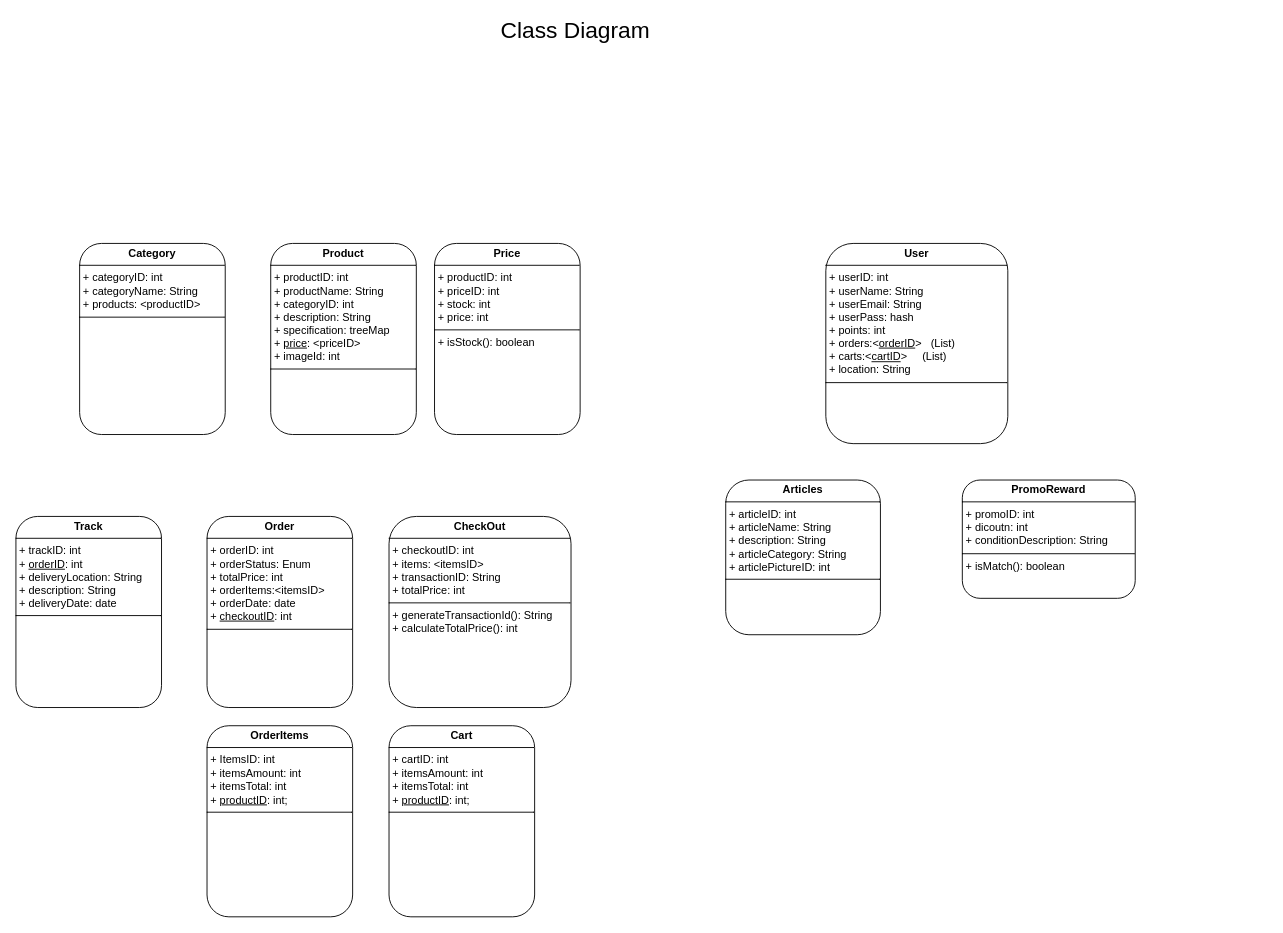
Above: TaniMart Class Diagram.drawio in DevX300/TaniMart-UML (draw.io), before the change. Source tidied: cells renumbered, new cells numbered last; positions are measured from the earlier drawing's top-left corner, leaving out a move shared by most shapes. Both pictures are drawn from the tidied source at 91%, with x=0, y=0 at pixel (15, 15).
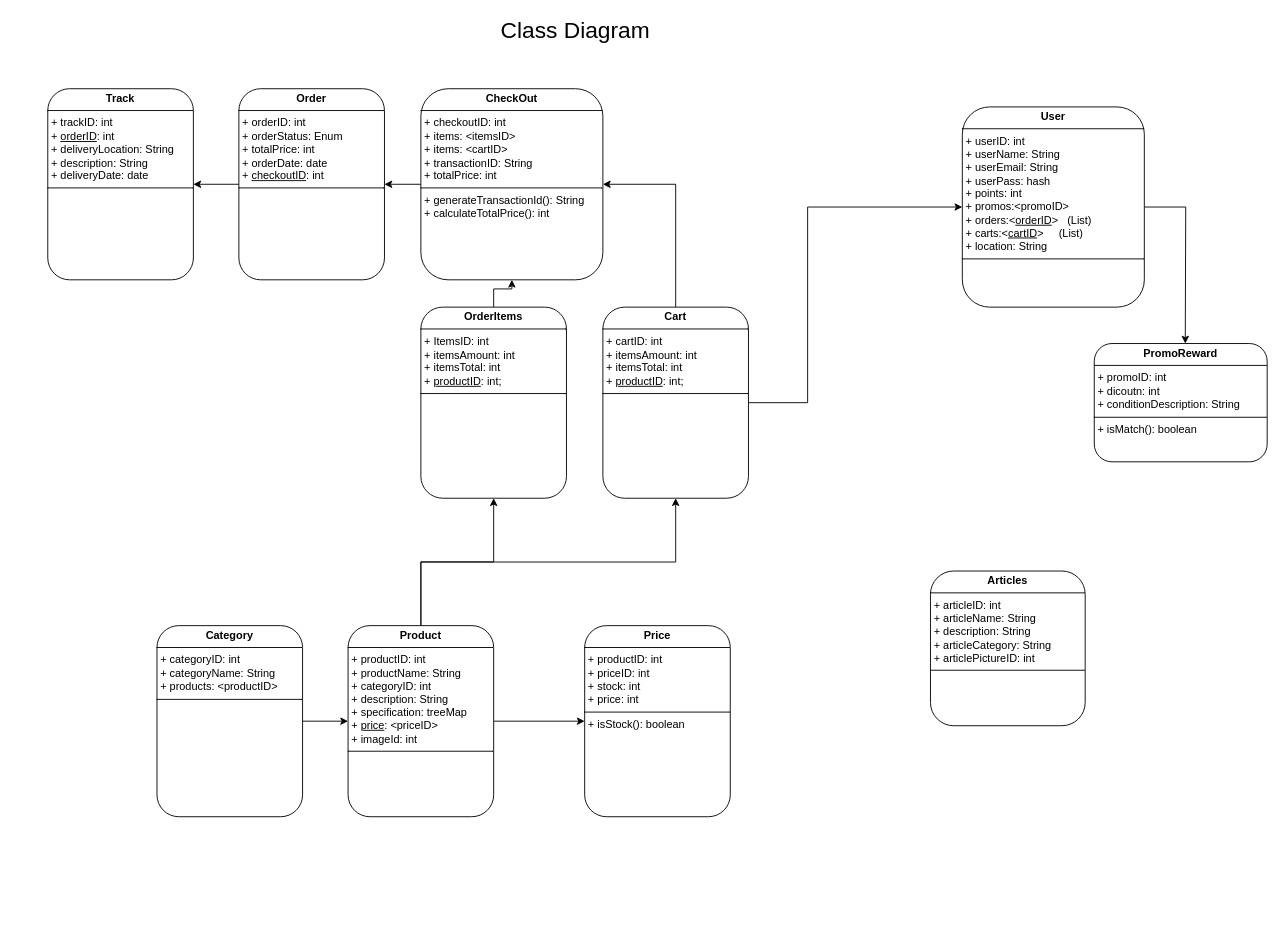
Above is the later version.

The edit, as a diff of the source:
```diff
@@
+    <mxCell id="14" style="edgeStyle=orthogonalEdgeStyle;rounded=0;jettySize=auto;html=1;" parent="1" edge="1" source="2" target="9">
+      <mxGeometry relative="1" as="geometry" />
+    </mxCell>
+    <mxCell id="15" style="edgeStyle=orthogonalEdgeStyle;rounded=0;jettySize=auto;html=1;entryX=0.5;entryY=1;entryDx=0;entryDy=0;" parent="1" edge="1" source="2" target="10">
+      <mxGeometry relative="1" as="geometry" />
+    </mxCell>
+    <mxCell id="16" style="edgeStyle=orthogonalEdgeStyle;rounded=0;jettySize=auto;html=1;entryX=0.5;entryY=1;entryDx=0;entryDy=0;" parent="1" edge="1" source="2" target="11">
+      <mxGeometry relative="1" as="geometry">
+        <Array as="points">
+          <mxPoint x="445" y="600.1" />
+          <mxPoint x="725" y="600.1" />
+        </Array>
+      </mxGeometry>
+    </mxCell>
     <mxCell id="2" value="&lt;p style=&quot;margin:0px;margin-top:4px;text-align:center;&quot;&gt;&lt;b&gt;Product&lt;/b&gt;&lt;/p&gt;&lt;hr size=&quot;1&quot; style=&quot;border-style:solid;&quot;&gt;&lt;p style=&quot;margin:0px;margin-left:4px;&quot;&gt;+ productID: int&lt;/p&gt;&lt;p style=&quot;margin:0px;margin-left:4px;&quot;&gt;+ productName: String&lt;/p&gt;&lt;p style=&quot;margin:0px;margin-left:4px;&quot;&gt;+ categoryID: int&lt;/p&gt;&lt;p style=&quot;margin:0px;margin-left:4px;&quot;&gt;+ description: String&lt;/p&gt;&lt;p style=&quot;margin:0px;margin-left:4px;&quot;&gt;+ specification: treeMap&lt;/p&gt;&lt;p style=&quot;margin:0px;margin-left:4px;&quot;&gt;+ &lt;u&gt;price&lt;/u&gt;: &amp;lt;priceID&amp;gt;&lt;/p&gt;&lt;p style=&quot;margin:0px;margin-left:4px;&quot;&gt;+&amp;nbsp;&lt;span style=&quot;background-color: transparent; color: light-dark(rgb(0, 0, 0), rgb(255, 255, 255));&quot;&gt;imageId&lt;/span&gt;&lt;span style=&quot;background-color: transparent; color: light-dark(rgb(0, 0, 0), rgb(255, 255, 255));&quot;&gt;: int&lt;/span&gt;&lt;/p&gt;&lt;hr size=&quot;1&quot; style=&quot;border-style:solid;&quot;&gt;&lt;p style=&quot;margin:0px;margin-left:4px;&quot;&gt;&lt;br&gt;&lt;/p&gt;" style="verticalAlign=top;align=left;overflow=fill;html=1;whiteSpace=wrap;rounded=1;" parent="1" vertex="1">
-      <mxGeometry x="280" y="250" width="160" height="210" as="geometry" />
+      <mxGeometry x="365" y="670" width="160" height="210" as="geometry" />
     </mxCell>
@@
     <mxCell id="4" value="&lt;p style=&quot;margin:0px;margin-top:4px;text-align:center;&quot;&gt;&lt;b&gt;Articles&lt;/b&gt;&lt;/p&gt;&lt;hr size=&quot;1&quot; style=&quot;border-style:solid;&quot;&gt;&lt;p style=&quot;margin:0px;margin-left:4px;&quot;&gt;+ articleID: int&lt;/p&gt;&lt;p style=&quot;margin:0px;margin-left:4px;&quot;&gt;+ articleName: String&lt;/p&gt;&lt;p style=&quot;margin:0px;margin-left:4px;&quot;&gt;+ description: String&lt;/p&gt;&lt;p style=&quot;margin:0px;margin-left:4px;&quot;&gt;+ articleCategory: String&lt;/p&gt;&lt;p style=&quot;margin:0px;margin-left:4px;&quot;&gt;+ articlePictureID: int&amp;nbsp;&lt;/p&gt;&lt;hr size=&quot;1&quot; style=&quot;border-style:solid;&quot;&gt;&lt;p style=&quot;margin:0px;margin-left:4px;&quot;&gt;&lt;br&gt;&lt;/p&gt;" style="verticalAlign=top;align=left;overflow=fill;html=1;whiteSpace=wrap;rounded=1;" parent="1" vertex="1">
-      <mxGeometry x="780" y="510" width="170" height="170" as="geometry" />
+      <mxGeometry x="1005" y="610" width="170" height="170" as="geometry" />
     </mxCell>
+    <mxCell id="17" style="edgeStyle=orthogonalEdgeStyle;rounded=0;jettySize=auto;html=1;" parent="1" edge="1" source="5" target="13">
+      <mxGeometry relative="1" as="geometry" />
+    </mxCell>
-    <mxCell id="5" value="&lt;p style=&quot;margin:0px;margin-top:4px;text-align:center;&quot;&gt;&lt;b&gt;Order&lt;/b&gt;&lt;/p&gt;&lt;hr size=&quot;1&quot; style=&quot;border-style:solid;&quot;&gt;&lt;p style=&quot;margin:0px;margin-left:4px;&quot;&gt;&lt;span style=&quot;background-color: transparent; color: light-dark(rgb(0, 0, 0), rgb(255, 255, 255));&quot;&gt;+ orderID: int&lt;/span&gt;&lt;/p&gt;&lt;p style=&quot;margin:0px;margin-left:4px;&quot;&gt;&lt;span style=&quot;background-color: transparent; color: light-dark(rgb(0, 0, 0), rgb(255, 255, 255));&quot;&gt;+ orderStatus: Enum&lt;br&gt;+ totalPrice: int&lt;/span&gt;&lt;/p&gt;&lt;p style=&quot;margin:0px;margin-left:4px;&quot;&gt;&lt;span style=&quot;background-color: transparent; color: light-dark(rgb(0, 0, 0), rgb(255, 255, 255));&quot;&gt;+ orderItems:&amp;lt;itemsID&amp;gt;&lt;/span&gt;&lt;/p&gt;&lt;p style=&quot;margin:0px;margin-left:4px;&quot;&gt;+ orderDate: date&lt;br&gt;+ &lt;u&gt;checkoutID&lt;/u&gt;: int&lt;/p&gt;&lt;hr size=&quot;1&quot; style=&quot;border-style:solid;&quot;&gt;&lt;p style=&quot;margin:0px;margin-left:4px;&quot;&gt;&lt;br&gt;&lt;/p&gt;" style="verticalAlign=top;align=left;overflow=fill;html=1;whiteSpace=wrap;rounded=1;" parent="1" vertex="1">
-      <mxGeometry x="210" y="550" width="160" height="210" as="geometry" />
+    <mxCell id="5" value="&lt;p style=&quot;margin:0px;margin-top:4px;text-align:center;&quot;&gt;&lt;b&gt;Order&lt;/b&gt;&lt;/p&gt;&lt;hr size=&quot;1&quot; style=&quot;border-style:solid;&quot;&gt;&lt;p style=&quot;margin:0px;margin-left:4px;&quot;&gt;&lt;span style=&quot;background-color: transparent; color: light-dark(rgb(0, 0, 0), rgb(255, 255, 255));&quot;&gt;+ orderID: int&lt;/span&gt;&lt;/p&gt;&lt;p style=&quot;margin:0px;margin-left:4px;&quot;&gt;&lt;span style=&quot;background-color: transparent; color: light-dark(rgb(0, 0, 0), rgb(255, 255, 255));&quot;&gt;+ orderStatus: Enum&lt;br&gt;+ totalPrice: int&lt;/span&gt;&lt;/p&gt;&lt;p style=&quot;margin:0px;margin-left:4px;&quot;&gt;+ orderDate: date&lt;br&gt;+ &lt;u&gt;checkoutID&lt;/u&gt;: int&lt;/p&gt;&lt;hr size=&quot;1&quot; style=&quot;border-style:solid;&quot;&gt;&lt;p style=&quot;margin:0px;margin-left:4px;&quot;&gt;&lt;br&gt;&lt;/p&gt;" style="verticalAlign=top;align=left;overflow=fill;html=1;whiteSpace=wrap;rounded=1;" parent="1" vertex="1">
+      <mxGeometry x="245" y="80" width="160" height="210" as="geometry" />
     </mxCell>
+    <mxCell id="18" style="edgeStyle=orthogonalEdgeStyle;rounded=0;jettySize=auto;html=1;" parent="1" edge="1" source="6" target="5">
+      <mxGeometry relative="1" as="geometry" />
+    </mxCell>
-    <mxCell id="6" value="&lt;p style=&quot;margin:0px;margin-top:4px;text-align:center;&quot;&gt;&lt;b&gt;CheckOut&lt;/b&gt;&lt;/p&gt;&lt;hr size=&quot;1&quot; style=&quot;border-style:solid;&quot;&gt;&lt;p style=&quot;margin:0px;margin-left:4px;&quot;&gt;+ checkoutID: int&lt;/p&gt;&lt;p style=&quot;margin:0px;margin-left:4px;&quot;&gt;+ items: &amp;lt;itemsID&amp;gt;&amp;nbsp;&lt;/p&gt;&lt;p style=&quot;margin:0px;margin-left:4px;&quot;&gt;+ transactionID: String&lt;/p&gt;&lt;p style=&quot;margin:0px;margin-left:4px;&quot;&gt;+ totalPrice: int&lt;/p&gt;&lt;hr size=&quot;1&quot; style=&quot;border-style:solid;&quot;&gt;&lt;p style=&quot;margin:0px;margin-left:4px;&quot;&gt;+ generateTransactionId(): String&lt;/p&gt;&lt;p style=&quot;margin:0px;margin-left:4px;&quot;&gt;+ calculateTotalPrice(): int&lt;/p&gt;" style="verticalAlign=top;align=left;overflow=fill;html=1;whiteSpace=wrap;rounded=1;" parent="1" vertex="1">
-      <mxGeometry x="410" y="550" width="200" height="210" as="geometry" />
+    <mxCell id="6" value="&lt;p style=&quot;margin:0px;margin-top:4px;text-align:center;&quot;&gt;&lt;b&gt;CheckOut&lt;/b&gt;&lt;/p&gt;&lt;hr size=&quot;1&quot; style=&quot;border-style:solid;&quot;&gt;&lt;p style=&quot;margin:0px;margin-left:4px;&quot;&gt;+ checkoutID: int&lt;/p&gt;&lt;p style=&quot;margin:0px;margin-left:4px;&quot;&gt;+ items: &amp;lt;itemsID&amp;gt;&amp;nbsp;&lt;/p&gt;&lt;p style=&quot;margin:0px;margin-left:4px;&quot;&gt;+ items: &amp;lt;cartID&amp;gt;&lt;/p&gt;&lt;p style=&quot;margin:0px;margin-left:4px;&quot;&gt;+ transactionID: String&lt;/p&gt;&lt;p style=&quot;margin:0px;margin-left:4px;&quot;&gt;+ totalPrice: int&lt;/p&gt;&lt;hr size=&quot;1&quot; style=&quot;border-style:solid;&quot;&gt;&lt;p style=&quot;margin:0px;margin-left:4px;&quot;&gt;+ generateTransactionId(): String&lt;/p&gt;&lt;p style=&quot;margin:0px;margin-left:4px;&quot;&gt;+ calculateTotalPrice(): int&lt;/p&gt;" style="verticalAlign=top;align=left;overflow=fill;html=1;whiteSpace=wrap;rounded=1;" parent="1" vertex="1">
+      <mxGeometry x="445" y="80" width="200" height="210" as="geometry" />
     </mxCell>
+    <mxCell id="19" style="edgeStyle=orthogonalEdgeStyle;rounded=0;jettySize=auto;html=1;entryX=0.5;entryY=0;entryDx=0;entryDy=0;" parent="1" edge="1" source="7">
+      <mxGeometry relative="1" as="geometry">
+        <mxPoint x="1285" y="360" as="targetPoint" />
+      </mxGeometry>
+    </mxCell>
-    <mxCell id="7" value="&lt;p style=&quot;margin:0px;margin-top:4px;text-align:center;&quot;&gt;&lt;b&gt;User&lt;/b&gt;&lt;/p&gt;&lt;hr size=&quot;1&quot; style=&quot;border-style:solid;&quot;&gt;&lt;p style=&quot;margin:0px;margin-left:4px;&quot;&gt;+ userID: int&lt;/p&gt;&lt;p style=&quot;margin:0px;margin-left:4px;&quot;&gt;+ userName: String&lt;/p&gt;&lt;p style=&quot;margin:0px;margin-left:4px;&quot;&gt;+ userEmail: String&lt;/p&gt;&lt;p style=&quot;margin:0px;margin-left:4px;&quot;&gt;+ userPass: hash&lt;/p&gt;&lt;p style=&quot;margin:0px;margin-left:4px;&quot;&gt;+ points: int&lt;/p&gt;&lt;p style=&quot;margin:0px;margin-left:4px;&quot;&gt;+ orders:&amp;lt;&lt;u&gt;orderID&lt;/u&gt;&amp;gt;&amp;nbsp; &amp;nbsp;(List)&lt;/p&gt;&lt;p style=&quot;margin:0px;margin-left:4px;&quot;&gt;+ carts:&amp;lt;&lt;u&gt;cartID&lt;/u&gt;&amp;gt;&amp;nbsp; &amp;nbsp; &amp;nbsp;(List)&lt;br&gt;+ location: String&lt;/p&gt;&lt;hr size=&quot;1&quot; style=&quot;border-style:solid;&quot;&gt;&lt;p style=&quot;margin:0px;margin-left:4px;&quot;&gt;&lt;br&gt;&lt;/p&gt;" style="verticalAlign=top;align=left;overflow=fill;html=1;whiteSpace=wrap;rounded=1;" parent="1" vertex="1">
-      <mxGeometry x="890" y="250" width="200" height="220" as="geometry" />
+    <mxCell id="7" value="&lt;p style=&quot;margin:0px;margin-top:4px;text-align:center;&quot;&gt;&lt;b&gt;User&lt;/b&gt;&lt;/p&gt;&lt;hr size=&quot;1&quot; style=&quot;border-style:solid;&quot;&gt;&lt;p style=&quot;margin:0px;margin-left:4px;&quot;&gt;+ userID: int&lt;/p&gt;&lt;p style=&quot;margin:0px;margin-left:4px;&quot;&gt;+ userName: String&lt;/p&gt;&lt;p style=&quot;margin:0px;margin-left:4px;&quot;&gt;+ userEmail: String&lt;/p&gt;&lt;p style=&quot;margin:0px;margin-left:4px;&quot;&gt;+ userPass: hash&lt;/p&gt;&lt;p style=&quot;margin:0px;margin-left:4px;&quot;&gt;+ points: int&lt;/p&gt;&lt;p style=&quot;margin:0px;margin-left:4px;&quot;&gt;+ promos:&amp;lt;promoID&amp;gt;&lt;/p&gt;&lt;p style=&quot;margin:0px;margin-left:4px;&quot;&gt;+ orders:&amp;lt;&lt;u&gt;orderID&lt;/u&gt;&amp;gt;&amp;nbsp; &amp;nbsp;(List)&lt;/p&gt;&lt;p style=&quot;margin:0px;margin-left:4px;&quot;&gt;+ carts:&amp;lt;&lt;u&gt;cartID&lt;/u&gt;&amp;gt;&amp;nbsp; &amp;nbsp; &amp;nbsp;(List)&lt;/p&gt;&lt;p style=&quot;margin:0px;margin-left:4px;&quot;&gt;+ location: String&lt;/p&gt;&lt;hr size=&quot;1&quot; style=&quot;border-style:solid;&quot;&gt;&lt;p style=&quot;margin:0px;margin-left:4px;&quot;&gt;&lt;br&gt;&lt;/p&gt;" style="verticalAlign=top;align=left;overflow=fill;html=1;whiteSpace=wrap;rounded=1;" parent="1" vertex="1">
+      <mxGeometry x="1040" y="100" width="200" height="220" as="geometry" />
     </mxCell>
     <mxCell id="8" value="&lt;p style=&quot;margin:0px;margin-top:4px;text-align:center;&quot;&gt;&lt;b&gt;PromoReward&lt;/b&gt;&lt;/p&gt;&lt;hr size=&quot;1&quot; style=&quot;border-style:solid;&quot;&gt;&lt;p style=&quot;margin:0px;margin-left:4px;&quot;&gt;+ promoID: int&lt;/p&gt;&lt;p style=&quot;margin:0px;margin-left:4px;&quot;&gt;+ dicoutn: int&lt;/p&gt;&lt;p style=&quot;margin:0px;margin-left:4px;&quot;&gt;+ conditionDescription: String&lt;/p&gt;&lt;hr size=&quot;1&quot; style=&quot;border-style:solid;&quot;&gt;&lt;p style=&quot;margin:0px;margin-left:4px;&quot;&gt;+ isMatch(): boolean&lt;/p&gt;" style="verticalAlign=top;align=left;overflow=fill;html=1;whiteSpace=wrap;rounded=1;" parent="1" vertex="1">
-      <mxGeometry x="1040" y="510" width="190" height="130" as="geometry" />
+      <mxGeometry x="1185" y="360" width="190" height="130" as="geometry" />
     </mxCell>
     <mxCell id="9" value="&lt;p style=&quot;margin:0px;margin-top:4px;text-align:center;&quot;&gt;&lt;b&gt;Price&lt;/b&gt;&lt;/p&gt;&lt;hr size=&quot;1&quot; style=&quot;border-style:solid;&quot;&gt;&lt;p style=&quot;margin:0px;margin-left:4px;&quot;&gt;+ productID: int&lt;/p&gt;&lt;p style=&quot;margin:0px;margin-left:4px;&quot;&gt;+ priceID: int&lt;br&gt;&lt;/p&gt;&lt;p style=&quot;margin:0px;margin-left:4px;&quot;&gt;+ stock: int&lt;/p&gt;&lt;p style=&quot;margin:0px;margin-left:4px;&quot;&gt;+ price: int&lt;/p&gt;&lt;hr size=&quot;1&quot; style=&quot;border-style:solid;&quot;&gt;&lt;p style=&quot;margin:0px;margin-left:4px;&quot;&gt;+ isStock(): boolean&lt;/p&gt;" style="verticalAlign=top;align=left;overflow=fill;html=1;whiteSpace=wrap;rounded=1;" parent="1" vertex="1">
-      <mxGeometry x="460" y="250" width="160" height="210" as="geometry" />
+      <mxGeometry x="625" y="670" width="160" height="210" as="geometry" />
     </mxCell>
+    <mxCell id="20" style="edgeStyle=orthogonalEdgeStyle;rounded=0;jettySize=auto;html=1;" parent="1" edge="1" source="10" target="6">
+      <mxGeometry relative="1" as="geometry" />
+    </mxCell>
     <mxCell id="10" value="&lt;p style=&quot;margin:0px;margin-top:4px;text-align:center;&quot;&gt;&lt;b&gt;OrderItems&lt;/b&gt;&lt;/p&gt;&lt;hr size=&quot;1&quot; style=&quot;border-style:solid;&quot;&gt;&lt;p style=&quot;margin:0px;margin-left:4px;&quot;&gt;&lt;span style=&quot;background-color: transparent; color: light-dark(rgb(0, 0, 0), rgb(255, 255, 255));&quot;&gt;+ ItemsID: int&lt;/span&gt;&lt;/p&gt;&lt;p style=&quot;margin:0px;margin-left:4px;&quot;&gt;&lt;span style=&quot;background-color: transparent; color: light-dark(rgb(0, 0, 0), rgb(255, 255, 255));&quot;&gt;+ itemsAmount: int&lt;/span&gt;&lt;/p&gt;&lt;p style=&quot;margin:0px;margin-left:4px;&quot;&gt;&lt;span style=&quot;background-color: transparent; color: light-dark(rgb(0, 0, 0), rgb(255, 255, 255));&quot;&gt;+ itemsTotal: int&lt;/span&gt;&lt;/p&gt;&lt;p style=&quot;margin:0px;margin-left:4px;&quot;&gt;&lt;span style=&quot;background-color: transparent; color: light-dark(rgb(0, 0, 0), rgb(255, 255, 255));&quot;&gt;+ &lt;u&gt;productID&lt;/u&gt;: int;&lt;/span&gt;&lt;/p&gt;&lt;hr size=&quot;1&quot; style=&quot;border-style:solid;&quot;&gt;&lt;p style=&quot;margin:0px;margin-left:4px;&quot;&gt;&lt;br&gt;&lt;/p&gt;" style="verticalAlign=top;align=left;overflow=fill;html=1;whiteSpace=wrap;rounded=1;" parent="1" vertex="1">
-      <mxGeometry x="210" y="780" width="160" height="210" as="geometry" />
+      <mxGeometry x="445" y="320" width="160" height="210" as="geometry" />
     </mxCell>
+    <mxCell id="21" style="edgeStyle=orthogonalEdgeStyle;rounded=0;jettySize=auto;html=1;entryX=1;entryY=0.5;entryDx=0;entryDy=0;" parent="1" edge="1" source="11" target="6">
+      <mxGeometry relative="1" as="geometry" />
+    </mxCell>
+    <mxCell id="22" style="edgeStyle=orthogonalEdgeStyle;rounded=0;jettySize=auto;html=1;entryX=0;entryY=0.5;entryDx=0;entryDy=0;" parent="1" edge="1" source="11" target="7">
+      <mxGeometry relative="1" as="geometry">
+        <Array as="points">
+          <mxPoint x="870" y="425" />
+          <mxPoint x="870" y="210" />
+        </Array>
+      </mxGeometry>
+    </mxCell>
     <mxCell id="11" value="&lt;p style=&quot;margin:0px;margin-top:4px;text-align:center;&quot;&gt;&lt;b&gt;Cart&lt;/b&gt;&lt;/p&gt;&lt;hr size=&quot;1&quot; style=&quot;border-style:solid;&quot;&gt;&lt;p style=&quot;margin:0px;margin-left:4px;&quot;&gt;&lt;span style=&quot;background-color: transparent; color: light-dark(rgb(0, 0, 0), rgb(255, 255, 255));&quot;&gt;+ cartID: int&lt;/span&gt;&lt;/p&gt;&lt;p style=&quot;margin:0px;margin-left:4px;&quot;&gt;&lt;span style=&quot;background-color: transparent; color: light-dark(rgb(0, 0, 0), rgb(255, 255, 255));&quot;&gt;+ itemsAmount: int&lt;/span&gt;&lt;/p&gt;&lt;p style=&quot;margin:0px;margin-left:4px;&quot;&gt;&lt;span style=&quot;background-color: transparent; color: light-dark(rgb(0, 0, 0), rgb(255, 255, 255));&quot;&gt;+ itemsTotal: int&lt;/span&gt;&lt;/p&gt;&lt;p style=&quot;margin:0px;margin-left:4px;&quot;&gt;&lt;span style=&quot;background-color: transparent; color: light-dark(rgb(0, 0, 0), rgb(255, 255, 255));&quot;&gt;+ &lt;u&gt;productID&lt;/u&gt;: int;&lt;/span&gt;&lt;/p&gt;&lt;hr size=&quot;1&quot; style=&quot;border-style:solid;&quot;&gt;&lt;p style=&quot;margin:0px;margin-left:4px;&quot;&gt;&lt;br&gt;&lt;/p&gt;" style="verticalAlign=top;align=left;overflow=fill;html=1;whiteSpace=wrap;rounded=1;" parent="1" vertex="1">
-      <mxGeometry x="410" y="780" width="160" height="210" as="geometry" />
+      <mxGeometry x="645" y="320" width="160" height="210" as="geometry" />
     </mxCell>
+    <mxCell id="23" style="edgeStyle=orthogonalEdgeStyle;rounded=0;jettySize=auto;html=1;" parent="1" edge="1" source="12" target="2">
+      <mxGeometry relative="1" as="geometry" />
+    </mxCell>
     <mxCell id="12" value="&lt;p style=&quot;margin:0px;margin-top:4px;text-align:center;&quot;&gt;&lt;b&gt;Category&lt;/b&gt;&lt;/p&gt;&lt;hr size=&quot;1&quot; style=&quot;border-style:solid;&quot;&gt;&lt;p style=&quot;margin:0px;margin-left:4px;&quot;&gt;+ categoryID: int&lt;br&gt;&lt;/p&gt;&lt;p style=&quot;margin:0px;margin-left:4px;&quot;&gt;+ categoryName: String&lt;/p&gt;&lt;p style=&quot;margin:0px;margin-left:4px;&quot;&gt;+ products: &amp;lt;productID&amp;gt;&lt;/p&gt;&lt;hr size=&quot;1&quot; style=&quot;border-style:solid;&quot;&gt;&lt;p style=&quot;margin:0px;margin-left:4px;&quot;&gt;&lt;br&gt;&lt;/p&gt;" style="verticalAlign=top;align=left;overflow=fill;html=1;whiteSpace=wrap;rounded=1;" parent="1" vertex="1">
-      <mxGeometry x="70" y="250" width="160" height="210" as="geometry" />
+      <mxGeometry x="155" y="670" width="160" height="210" as="geometry" />
     </mxCell>
     <mxCell id="13" value="&lt;p style=&quot;margin:0px;margin-top:4px;text-align:center;&quot;&gt;&lt;b&gt;Track&lt;/b&gt;&lt;/p&gt;&lt;hr size=&quot;1&quot; style=&quot;border-style:solid;&quot;&gt;&lt;p style=&quot;margin:0px;margin-left:4px;&quot;&gt;&lt;span style=&quot;background-color: transparent; color: light-dark(rgb(0, 0, 0), rgb(255, 255, 255));&quot;&gt;+ trackID: int&lt;br&gt;&lt;/span&gt;&lt;/p&gt;&lt;p style=&quot;margin:0px;margin-left:4px;&quot;&gt;&lt;span style=&quot;background-color: transparent; color: light-dark(rgb(0, 0, 0), rgb(255, 255, 255));&quot;&gt;+ &lt;u&gt;orderID&lt;/u&gt;: int&lt;br&gt;+ deliveryLocation: String&lt;/span&gt;&lt;/p&gt;&lt;p style=&quot;margin:0px;margin-left:4px;&quot;&gt;&lt;span style=&quot;background-color: transparent; color: light-dark(rgb(0, 0, 0), rgb(255, 255, 255));&quot;&gt;+ description: String&lt;/span&gt;&lt;/p&gt;&lt;p style=&quot;margin:0px;margin-left:4px;&quot;&gt;&lt;span style=&quot;background-color: transparent; color: light-dark(rgb(0, 0, 0), rgb(255, 255, 255));&quot;&gt;+ deliveryDate: date&lt;/span&gt;&lt;/p&gt;&lt;hr size=&quot;1&quot; style=&quot;border-style:solid;&quot;&gt;&lt;p style=&quot;margin:0px;margin-left:4px;&quot;&gt;&lt;br&gt;&lt;/p&gt;" style="verticalAlign=top;align=left;overflow=fill;html=1;whiteSpace=wrap;rounded=1;" parent="1" vertex="1">
-      <mxGeometry y="550" width="160" height="210" as="geometry" />
+      <mxGeometry x="35" y="80" width="160" height="210" as="geometry" />
     </mxCell>
```
